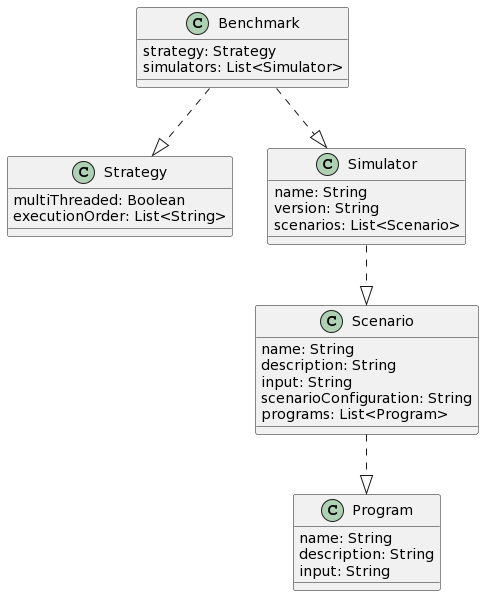
The PlantUML diagram figures/benchmark-model.png in PaoloPenazzi/master-thesis, before a commit. Source of this version:
```plantuml
@startuml
class Benchmark {
strategy: Strategy
simulators: List<Simulator>
}

class Strategy {
multiThreaded: Boolean
executionOrder: List<String>
}

class Simulator {
name: String
version: String
scenarios: List<Scenario>
}

class Scenario {
name: String
description: String
input: String
scenarioConfiguration: String
programs: List<Program>
}

class Program {
name: String
description: String
input: String
}

Benchmark ..|> Strategy
Benchmark ..|> Simulator
Simulator ..|> Scenario
Scenario ..|> Program
@enduml
```
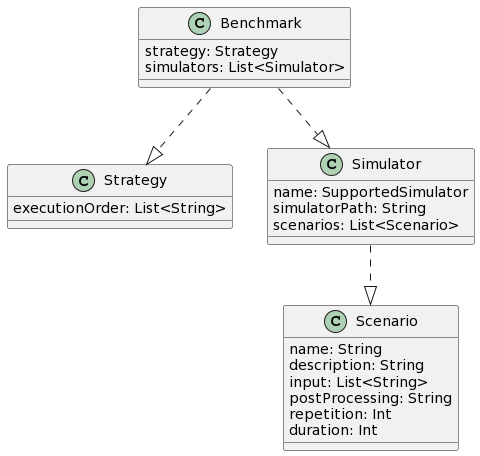
The same diagram one commit later.

Commit message:
feat!: add some missing ref

What changed in the source:
```diff
@@ -5,32 +5,25 @@
 }
 
 class Strategy {
-multiThreaded: Boolean
 executionOrder: List<String>
 }
 
 class Simulator {
-name: String
-version: String
+name: SupportedSimulator
+simulatorPath: String
 scenarios: List<Scenario>
 }
 
 class Scenario {
 name: String
 description: String
-input: String
-scenarioConfiguration: String
-programs: List<Program>
-}
-
-class Program {
-name: String
-description: String
-input: String
+input: List<String>
+postProcessing: String
+repetition: Int
+duration: Int
 }
 
 Benchmark ..|> Strategy
 Benchmark ..|> Simulator
 Simulator ..|> Scenario
-Scenario ..|> Program
 @enduml
```
